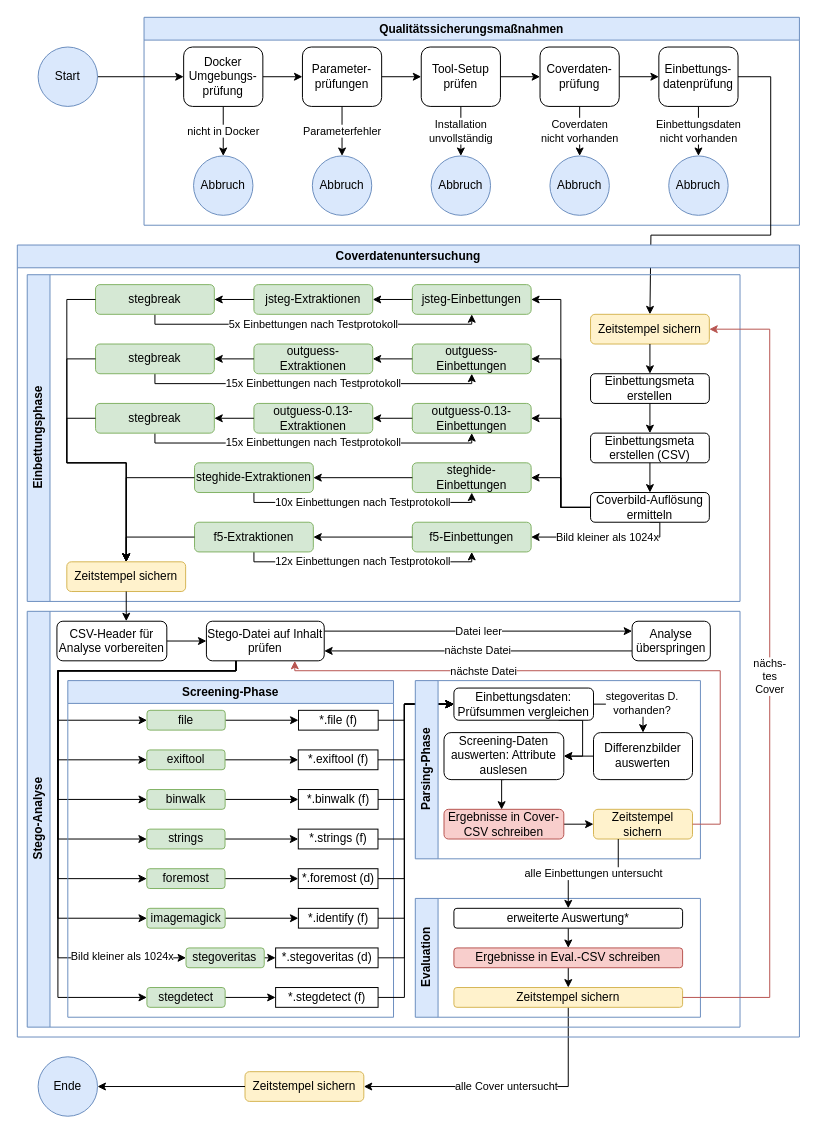
This is SMKITS5/docs/materials/flowchart.drawio from bh-8/amsl-it-security-projects, a draw.io file, before an edit. Source tidied: cells renumbered, new cells numbered last; positions are measured from the earlier drawing's top-left corner, leaving out a move shared by most shapes. Both pictures are drawn from the tidied source at 99%, with x=0, y=0 at pixel (17, 17).
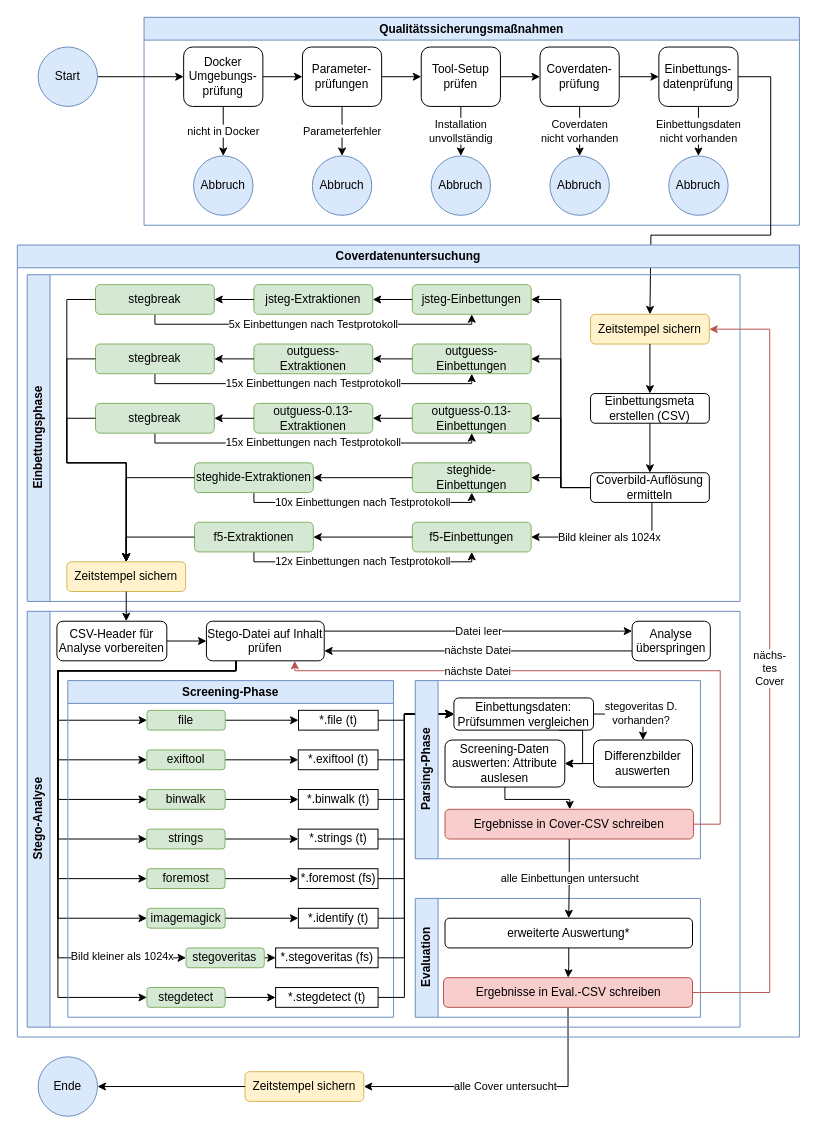
Above is the later version.

Unchanged cells that the change refers to:
```xml
<mxCell id="25" value="Zeitstempel sichern" style="rounded=1;whiteSpace=wrap;html=1;labelBackgroundColor=none;fillColor=#fff2cc;strokeColor=#d6b656;" parent="1" vertex="1">
  <mxGeometry x="230" y="1065" width="120" height="30" as="geometry" />
</mxCell>
<mxCell id="29" value="Coverdatenuntersuchung" style="swimlane;whiteSpace=wrap;html=1;fillColor=#dae8fc;strokeColor=#6c8ebf;" parent="1" vertex="1">
  <mxGeometry y="230" width="790" height="800" as="geometry" />
</mxCell>
<mxCell id="30" value="Stego-Analyse" style="swimlane;horizontal=0;whiteSpace=wrap;html=1;labelBackgroundColor=none;startSize=23;fillColor=#dae8fc;strokeColor=#6c8ebf;" parent="29" vertex="1">
  <mxGeometry x="10" y="370" width="720" height="420" as="geometry" />
</mxCell>
<mxCell id="43" value="Stego-Datei auf Inhalt prüfen" style="rounded=1;whiteSpace=wrap;html=1;labelBackgroundColor=none;" parent="30" vertex="1">
  <mxGeometry x="181" y="10" width="119" height="40" as="geometry" />
</mxCell>
<mxCell id="46" value="Screening-Phase" style="swimlane;whiteSpace=wrap;html=1;labelBackgroundColor=none;fillColor=#dae8fc;strokeColor=#6c8ebf;" parent="30" vertex="1">
  <mxGeometry x="41" y="70" width="329" height="340" as="geometry" />
</mxCell>
<mxCell id="79" value="&lt;div&gt;Parsing-Phase&lt;/div&gt;" style="swimlane;horizontal=0;whiteSpace=wrap;html=1;labelBackgroundColor=none;fillColor=#dae8fc;strokeColor=#6c8ebf;" parent="30" vertex="1">
  <mxGeometry x="392" y="70" width="288" height="180" as="geometry" />
</mxCell>
<mxCell id="93" value="Evaluation" style="swimlane;horizontal=0;whiteSpace=wrap;html=1;labelBackgroundColor=none;startSize=23;fillColor=#dae8fc;strokeColor=#6c8ebf;" parent="30" vertex="1">
  <mxGeometry x="392" y="290" width="288" height="120" as="geometry" />
</mxCell>
<mxCell id="100" value="Einbettungsphase" style="swimlane;horizontal=0;whiteSpace=wrap;html=1;fillColor=#dae8fc;strokeColor=#6c8ebf;" parent="29" vertex="1">
  <mxGeometry x="10" y="30" width="720" height="330" as="geometry" />
</mxCell>
<mxCell id="105" value="f5-Einbettungen" style="rounded=1;whiteSpace=wrap;html=1;labelBackgroundColor=none;fillColor=#d5e8d4;strokeColor=#82b366;" parent="100" vertex="1">
  <mxGeometry x="389" y="250" width="120" height="30" as="geometry" />
</mxCell>
<mxCell id="127" value="Zeitstempel sichern" style="rounded=1;whiteSpace=wrap;html=1;labelBackgroundColor=none;fillColor=#fff2cc;strokeColor=#d6b656;" parent="100" vertex="1">
  <mxGeometry x="569" y="40" width="120" height="30" as="geometry" />
</mxCell>
```

The edit, as a diff of the source:
```diff
@@
-    <mxCell id="26" value="alle Cover untersucht" style="edgeStyle=orthogonalEdgeStyle;rounded=0;jettySize=auto;html=1;exitX=0.5;exitY=1;exitDx=0;exitDy=0;entryX=1;entryY=0.5;entryDx=0;entryDy=0;" parent="1" edge="1" source="98" target="25">
-      <mxGeometry relative="1" as="geometry" />
+    <mxCell id="26" value="alle Cover untersucht" style="edgeStyle=orthogonalEdgeStyle;rounded=0;jettySize=auto;html=1;exitX=0.5;exitY=1;exitDx=0;exitDy=0;entryX=1;entryY=0.5;entryDx=0;entryDy=0;" parent="1" edge="1" source="97" target="25">
+      <mxGeometry relative="1" as="geometry">
+        <Array as="points">
+          <mxPoint x="556" y="1080" />
+        </Array>
+      </mxGeometry>
     </mxCell>
@@
-    <mxCell id="63" value="*.file (f)" style="rounded=0;whiteSpace=wrap;html=1;labelBackgroundColor=none;" parent="46" vertex="1">
+    <mxCell id="63" value="*.file (t)" style="rounded=0;whiteSpace=wrap;html=1;labelBackgroundColor=none;" parent="46" vertex="1">
       <mxGeometry x="233" y="30" width="80.5" height="20" as="geometry" />
     </mxCell>
-    <mxCell id="64" value="*.exiftool (f)" style="rounded=0;whiteSpace=wrap;html=1;labelBackgroundColor=none;" parent="46" vertex="1">
+    <mxCell id="64" value="*.exiftool (t)" style="rounded=0;whiteSpace=wrap;html=1;labelBackgroundColor=none;" parent="46" vertex="1">
       <mxGeometry x="232.8" y="70" width="80.5" height="20" as="geometry" />
     </mxCell>
-    <mxCell id="65" value="*.binwalk (f)" style="rounded=0;whiteSpace=wrap;html=1;labelBackgroundColor=none;" parent="46" vertex="1">
+    <mxCell id="65" value="*.binwalk (t)" style="rounded=0;whiteSpace=wrap;html=1;labelBackgroundColor=none;" parent="46" vertex="1">
       <mxGeometry x="232.9" y="110" width="80.5" height="20" as="geometry" />
     </mxCell>
-    <mxCell id="66" value="*.strings (f)" style="rounded=0;whiteSpace=wrap;html=1;labelBackgroundColor=none;" parent="46" vertex="1">
+    <mxCell id="66" value="*.strings (t)" style="rounded=0;whiteSpace=wrap;html=1;labelBackgroundColor=none;" parent="46" vertex="1">
       <mxGeometry x="232.8" y="150" width="80.5" height="20" as="geometry" />
     </mxCell>
-    <mxCell id="67" value="*.foremost (d)" style="rounded=0;whiteSpace=wrap;html=1;labelBackgroundColor=none;" parent="46" vertex="1">
+    <mxCell id="67" value="*.foremost (fs)" style="rounded=0;whiteSpace=wrap;html=1;labelBackgroundColor=none;" parent="46" vertex="1">
       <mxGeometry x="232.8" y="190" width="80.5" height="20" as="geometry" />
     </mxCell>
-    <mxCell id="68" value="*.identify (f)" style="rounded=0;whiteSpace=wrap;html=1;labelBackgroundColor=none;" parent="46" vertex="1">
+    <mxCell id="68" value="*.identify (t)" style="rounded=0;whiteSpace=wrap;html=1;labelBackgroundColor=none;" parent="46" vertex="1">
       <mxGeometry x="232.9" y="230" width="80.5" height="20" as="geometry" />
     </mxCell>
-    <mxCell id="69" value="*.stegoveritas (d)" style="rounded=0;whiteSpace=wrap;html=1;labelBackgroundColor=none;" parent="46" vertex="1">
+    <mxCell id="69" value="*.stegoveritas (fs)" style="rounded=0;whiteSpace=wrap;html=1;labelBackgroundColor=none;" parent="46" vertex="1">
       <mxGeometry x="209.9" y="270" width="103.5" height="20" as="geometry" />
     </mxCell>
-    <mxCell id="70" value="*.stegdetect (f)" style="rounded=0;whiteSpace=wrap;html=1;labelBackgroundColor=none;" parent="46" vertex="1">
+    <mxCell id="70" value="*.stegdetect (t)" style="rounded=0;whiteSpace=wrap;html=1;labelBackgroundColor=none;" parent="46" vertex="1">
       <mxGeometry x="209.9" y="310" width="103.5" height="20" as="geometry" />
     </mxCell>
     <mxCell id="71" style="edgeStyle=orthogonalEdgeStyle;rounded=0;jettySize=auto;html=1;exitX=1;exitY=0.5;exitDx=0;exitDy=0;entryX=0;entryY=0.5;entryDx=0;entryDy=0;" parent="30" edge="1" source="63" target="83">
       <mxGeometry relative="1" as="geometry">
         <Array as="points">
           <mxPoint x="381" y="110" />
-          <mxPoint x="381" y="93" />
+          <mxPoint x="381" y="104" />
         </Array>
       </mxGeometry>
     </mxCell>
     <mxCell id="72" style="edgeStyle=orthogonalEdgeStyle;rounded=0;jettySize=auto;html=1;exitX=1;exitY=0.5;exitDx=0;exitDy=0;entryX=0;entryY=0.5;entryDx=0;entryDy=0;" parent="30" edge="1" source="64" target="83">
       <mxGeometry relative="1" as="geometry">
         <Array as="points">
           <mxPoint x="381" y="150" />
-          <mxPoint x="381" y="94" />
+          <mxPoint x="381" y="104" />
         </Array>
       </mxGeometry>
     </mxCell>
     <mxCell id="73" style="edgeStyle=orthogonalEdgeStyle;rounded=0;jettySize=auto;html=1;exitX=1;exitY=0.5;exitDx=0;exitDy=0;entryX=0;entryY=0.5;entryDx=0;entryDy=0;" parent="30" edge="1" source="65" target="83">
       <mxGeometry relative="1" as="geometry">
         <Array as="points">
           <mxPoint x="381" y="190" />
-          <mxPoint x="381" y="94" />
+          <mxPoint x="381" y="104" />
         </Array>
       </mxGeometry>
     </mxCell>
     <mxCell id="74" style="edgeStyle=orthogonalEdgeStyle;rounded=0;jettySize=auto;html=1;exitX=1;exitY=0.5;exitDx=0;exitDy=0;entryX=0;entryY=0.5;entryDx=0;entryDy=0;" parent="30" edge="1" source="66" target="83">
       <mxGeometry relative="1" as="geometry">
         <Array as="points">
           <mxPoint x="381" y="230" />
-          <mxPoint x="381" y="94" />
+          <mxPoint x="381" y="104" />
         </Array>
       </mxGeometry>
     </mxCell>
     <mxCell id="75" style="edgeStyle=orthogonalEdgeStyle;rounded=0;jettySize=auto;html=1;exitX=1;exitY=0.5;exitDx=0;exitDy=0;entryX=0;entryY=0.5;entryDx=0;entryDy=0;" parent="30" edge="1" source="67" target="83">
       <mxGeometry relative="1" as="geometry">
         <Array as="points">
           <mxPoint x="381" y="270" />
-          <mxPoint x="381" y="94" />
+          <mxPoint x="381" y="104" />
         </Array>
       </mxGeometry>
     </mxCell>
     <mxCell id="76" style="edgeStyle=orthogonalEdgeStyle;rounded=0;jettySize=auto;html=1;exitX=1;exitY=0.5;exitDx=0;exitDy=0;entryX=0;entryY=0.5;entryDx=0;entryDy=0;" parent="30" edge="1" source="68" target="83">
       <mxGeometry relative="1" as="geometry">
         <Array as="points">
           <mxPoint x="381" y="310" />
-          <mxPoint x="381" y="94" />
+          <mxPoint x="381" y="104" />
         </Array>
       </mxGeometry>
     </mxCell>
     <mxCell id="77" style="edgeStyle=orthogonalEdgeStyle;rounded=0;jettySize=auto;html=1;exitX=1;exitY=0.5;exitDx=0;exitDy=0;entryX=0;entryY=0.5;entryDx=0;entryDy=0;" parent="30" edge="1" source="69" target="83">
       <mxGeometry relative="1" as="geometry">
         <Array as="points">
           <mxPoint x="381" y="350" />
-          <mxPoint x="381" y="94" />
+          <mxPoint x="381" y="104" />
         </Array>
       </mxGeometry>
     </mxCell>
     <mxCell id="78" style="edgeStyle=orthogonalEdgeStyle;rounded=0;jettySize=auto;html=1;exitX=1;exitY=0.5;exitDx=0;exitDy=0;entryX=0;entryY=0.5;entryDx=0;entryDy=0;" parent="30" edge="1" source="70" target="83">
       <mxGeometry relative="1" as="geometry">
         <Array as="points">
           <mxPoint x="381" y="390" />
-          <mxPoint x="381" y="94" />
+          <mxPoint x="381" y="104" />
         </Array>
       </mxGeometry>
     </mxCell>
@@
     <mxCell id="82" style="edgeStyle=orthogonalEdgeStyle;rounded=0;jettySize=auto;html=1;exitX=0.75;exitY=1;exitDx=0;exitDy=0;entryX=1;entryY=0.5;entryDx=0;entryDy=0;" parent="79" edge="1" source="83" target="87">
       <mxGeometry relative="1" as="geometry">
         <Array as="points">
-          <mxPoint x="169" y="40" />
-          <mxPoint x="169" y="76" />
+          <mxPoint x="169" y="50" />
+          <mxPoint x="169" y="84" />
         </Array>
       </mxGeometry>
     </mxCell>
     <mxCell id="83" value="&lt;div&gt;Einbettungsdaten:&lt;br&gt;&lt;/div&gt;&lt;div&gt;Prüfsummen vergleichen&lt;/div&gt;" style="rounded=1;whiteSpace=wrap;html=1;labelBackgroundColor=none;" parent="79" vertex="1">
-      <mxGeometry x="39" y="7.5" width="141" height="32.5" as="geometry" />
+      <mxGeometry x="39" y="17.5" width="141" height="32.5" as="geometry" />
     </mxCell>
     <mxCell id="84" style="edgeStyle=orthogonalEdgeStyle;rounded=0;jettySize=auto;html=1;exitX=0;exitY=0.5;exitDx=0;exitDy=0;entryX=1;entryY=0.5;entryDx=0;entryDy=0;" parent="79" edge="1" source="85" target="87">
       <mxGeometry relative="1" as="geometry">
         <Array as="points">
-          <mxPoint x="180" y="76" />
+          <mxPoint x="169" y="84" />
+          <mxPoint x="169" y="84" />
         </Array>
       </mxGeometry>
     </mxCell>
     <mxCell id="85" value="Differenzbilder auswerten" style="rounded=1;whiteSpace=wrap;html=1;labelBackgroundColor=none;" parent="79" vertex="1">
-      <mxGeometry x="180" y="52.5" width="100" height="47.5" as="geometry" />
+      <mxGeometry x="180" y="60" width="100" height="47.5" as="geometry" />
     </mxCell>
-    <mxCell id="86" style="edgeStyle=orthogonalEdgeStyle;rounded=0;jettySize=auto;html=1;exitX=0.5;exitY=1;exitDx=0;exitDy=0;entryX=0.481;entryY=0.01;entryDx=0;entryDy=0;entryPerimeter=0;" parent="79" edge="1" source="87" target="89">
-      <mxGeometry relative="1" as="geometry" />
+    <mxCell id="86" style="edgeStyle=orthogonalEdgeStyle;rounded=0;jettySize=auto;html=1;exitX=0.5;exitY=1;exitDx=0;exitDy=0;" parent="79" edge="1" source="87" target="89">
+      <mxGeometry relative="1" as="geometry">
+        <Array as="points">
+          <mxPoint x="91" y="120" />
+          <mxPoint x="156" y="120" />
+        </Array>
+      </mxGeometry>
     </mxCell>
     <mxCell id="87" value="Screening-Daten auswerten: Attribute auslesen" style="rounded=1;whiteSpace=wrap;html=1;labelBackgroundColor=none;" parent="79" vertex="1">
-      <mxGeometry x="29" y="52.5" width="121" height="47.5" as="geometry" />
+      <mxGeometry x="30" y="60" width="121" height="47.5" as="geometry" />
     </mxCell>
-    <mxCell id="88" style="edgeStyle=orthogonalEdgeStyle;rounded=0;jettySize=auto;html=1;exitX=1;exitY=0.5;exitDx=0;exitDy=0;entryX=0;entryY=0.5;entryDx=0;entryDy=0;" parent="79" edge="1" source="89" target="90">
-      <mxGeometry relative="1" as="geometry" />
-    </mxCell>
     <mxCell id="89" value="Ergebnisse in Cover-CSV schreiben" style="rounded=1;whiteSpace=wrap;html=1;labelBackgroundColor=none;fillColor=#f8cecc;strokeColor=#b85450;" parent="79" vertex="1">
-      <mxGeometry x="29" y="130" width="121" height="30" as="geometry" />
+      <mxGeometry x="30" y="130" width="251" height="30" as="geometry" />
     </mxCell>
-    <mxCell id="90" value="Zeitstempel sichern" style="rounded=1;whiteSpace=wrap;html=1;labelBackgroundColor=none;fillColor=#fff2cc;strokeColor=#d6b656;" parent="79" vertex="1">
-      <mxGeometry x="180" y="130" width="100" height="30" as="geometry" />
-    </mxCell>
-    <mxCell id="91" style="edgeStyle=orthogonalEdgeStyle;rounded=0;jettySize=auto;html=1;entryX=0.75;entryY=1;entryDx=0;entryDy=0;exitX=1;exitY=0.5;exitDx=0;exitDy=0;fillColor=#f8cecc;strokeColor=#b85450;" parent="30" edge="1" source="90" target="43">
+    <mxCell id="91" style="edgeStyle=orthogonalEdgeStyle;rounded=0;jettySize=auto;html=1;entryX=0.75;entryY=1;entryDx=0;entryDy=0;exitX=1;exitY=0.5;exitDx=0;exitDy=0;fillColor=#f8cecc;strokeColor=#b85450;" parent="30" edge="1" source="89" target="43">
       <mxGeometry relative="1" as="geometry">
         <Array as="points">
           <mxPoint x="700" y="215" />
           <mxPoint x="700" y="60" />
           <mxPoint x="270" y="60" />
         </Array>
       </mxGeometry>
     </mxCell>
     <mxCell id="92" value="nächste Datei" style="edgeLabel;html=1;align=center;verticalAlign=middle;" parent="91" vertex="1">
       <mxGeometry x="0.39" relative="1" as="geometry">
-        <mxPoint x="10" as="offset" />
+        <mxPoint x="4" as="offset" />
       </mxGeometry>
     </mxCell>
@@
-    <mxCell id="94" style="edgeStyle=orthogonalEdgeStyle;rounded=0;jettySize=auto;html=1;exitX=0.5;exitY=1;exitDx=0;exitDy=0;entryX=0.5;entryY=0;entryDx=0;entryDy=0;" parent="93" edge="1" source="95" target="97">
+    <mxCell id="94" style="edgeStyle=orthogonalEdgeStyle;rounded=0;jettySize=auto;html=1;exitX=0.5;exitY=1;exitDx=0;exitDy=0;" parent="93" edge="1" source="95" target="97">
       <mxGeometry relative="1" as="geometry" />
     </mxCell>
     <mxCell id="95" value="erweiterte Auswertung*" style="rounded=1;whiteSpace=wrap;html=1;labelBackgroundColor=none;" parent="93" vertex="1">
-      <mxGeometry x="39" y="10" width="231" height="20" as="geometry" />
+      <mxGeometry x="30" y="20" width="250" height="30" as="geometry" />
     </mxCell>
-    <mxCell id="96" style="edgeStyle=orthogonalEdgeStyle;rounded=0;jettySize=auto;html=1;exitX=0.5;exitY=1;exitDx=0;exitDy=0;entryX=0.5;entryY=0;entryDx=0;entryDy=0;" parent="93" edge="1" source="97" target="98">
-      <mxGeometry relative="1" as="geometry" />
+    <mxCell id="96" style="edgeStyle=orthogonalEdgeStyle;rounded=0;jettySize=auto;html=1;exitX=0.5;exitY=1;exitDx=0;exitDy=0;entryX=0.5;entryY=0;entryDx=0;entryDy=0;" parent="93" edge="1" source="97">
+      <mxGeometry relative="1" as="geometry">
+        <mxPoint x="154.5" y="90" as="targetPoint" />
+      </mxGeometry>
     </mxCell>
     <mxCell id="97" value="Ergebnisse in Eval.-CSV schreiben" style="rounded=1;whiteSpace=wrap;html=1;labelBackgroundColor=none;fillColor=#f8cecc;strokeColor=#b85450;" parent="93" vertex="1">
-      <mxGeometry x="39" y="50" width="231" height="20" as="geometry" />
+      <mxGeometry x="28.5" y="80" width="251.5" height="30" as="geometry" />
     </mxCell>
-    <mxCell id="98" value="Zeitstempel sichern" style="rounded=1;whiteSpace=wrap;html=1;labelBackgroundColor=none;fillColor=#fff2cc;strokeColor=#d6b656;" parent="93" vertex="1">
-      <mxGeometry x="39" y="90" width="231" height="20" as="geometry" />
-    </mxCell>
-    <mxCell id="99" value="alle Einbettungen untersucht" style="edgeStyle=orthogonalEdgeStyle;rounded=0;jettySize=auto;html=1;exitX=0.25;exitY=1;exitDx=0;exitDy=0;entryX=0.5;entryY=0;entryDx=0;entryDy=0;" parent="30" edge="1" source="90" target="95">
+    <mxCell id="99" value="alle Einbettungen untersucht" style="edgeStyle=orthogonalEdgeStyle;rounded=0;jettySize=auto;html=1;entryX=0.5;entryY=0;entryDx=0;entryDy=0;exitX=0.5;exitY=1;exitDx=0;exitDy=0;" parent="30" edge="1" source="89" target="95">
       <mxGeometry relative="1" as="geometry" />
     </mxCell>
@@
-    <mxCell id="128" value="Einbettungsmeta erstellen" style="rounded=1;whiteSpace=wrap;html=1;labelBackgroundColor=none;" parent="100" vertex="1">
-      <mxGeometry x="569" y="100" width="120" height="30" as="geometry" />
-    </mxCell>
-    <mxCell id="129" style="edgeStyle=orthogonalEdgeStyle;rounded=0;jettySize=auto;html=1;exitX=0.5;exitY=1;exitDx=0;exitDy=0;entryX=0.5;entryY=0;entryDx=0;entryDy=0;" parent="100" edge="1" source="127" target="128">
+    <mxCell id="129" style="edgeStyle=orthogonalEdgeStyle;rounded=0;jettySize=auto;html=1;exitX=0.5;exitY=1;exitDx=0;exitDy=0;entryX=0.5;entryY=0;entryDx=0;entryDy=0;" parent="100" edge="1" source="127" target="130">
       <mxGeometry relative="1" as="geometry" />
     </mxCell>
     <mxCell id="130" value="Einbettungsmeta erstellen (CSV)" style="rounded=1;whiteSpace=wrap;html=1;labelBackgroundColor=none;" parent="100" vertex="1">
-      <mxGeometry x="569" y="160" width="120" height="30" as="geometry" />
+      <mxGeometry x="569" y="120" width="120" height="30" as="geometry" />
     </mxCell>
-    <mxCell id="131" style="edgeStyle=orthogonalEdgeStyle;rounded=0;jettySize=auto;html=1;exitX=0.5;exitY=1;exitDx=0;exitDy=0;entryX=0.5;entryY=0;entryDx=0;entryDy=0;" parent="100" edge="1" source="128" target="130">
-      <mxGeometry relative="1" as="geometry" />
-    </mxCell>
@@
     <mxCell id="136" value="Bild kleiner als 1024x" style="edgeStyle=orthogonalEdgeStyle;rounded=0;jettySize=auto;html=1;exitX=0.5;exitY=1;exitDx=0;exitDy=0;entryX=1;entryY=0.5;entryDx=0;entryDy=0;" parent="100" edge="1" source="137" target="105">
       <mxGeometry relative="1" as="geometry">
         <Array as="points">
-          <mxPoint x="639" y="265" />
+          <mxPoint x="631" y="230" />
+          <mxPoint x="631" y="265" />
         </Array>
       </mxGeometry>
     </mxCell>
     <mxCell id="137" value="Coverbild-Auflösung ermitteln" style="rounded=1;whiteSpace=wrap;html=1;labelBackgroundColor=none;" parent="100" vertex="1">
-      <mxGeometry x="569" y="220" width="120" height="30" as="geometry" />
+      <mxGeometry x="569" y="200" width="120" height="30" as="geometry" />
     </mxCell>
@@
-    <mxCell id="145" value="&lt;div&gt;nächs-&lt;/div&gt;&lt;div&gt;tes&lt;/div&gt;&lt;div&gt;Cover&lt;br&gt;&lt;/div&gt;" style="edgeStyle=orthogonalEdgeStyle;rounded=0;jettySize=auto;html=1;exitX=1;exitY=0.5;exitDx=0;exitDy=0;entryX=1;entryY=0.5;entryDx=0;entryDy=0;fillColor=#f8cecc;strokeColor=#b85450;" parent="29" edge="1" source="98" target="127">
+    <mxCell id="145" value="&lt;div&gt;nächs-&lt;/div&gt;&lt;div&gt;tes&lt;/div&gt;&lt;div&gt;Cover&lt;br&gt;&lt;/div&gt;" style="edgeStyle=orthogonalEdgeStyle;rounded=0;jettySize=auto;html=1;exitX=1;exitY=0.5;exitDx=0;exitDy=0;entryX=1;entryY=0.5;entryDx=0;entryDy=0;fillColor=#f8cecc;strokeColor=#b85450;" parent="29" edge="1" source="97" target="127">
       <mxGeometry relative="1" as="geometry">
         <Array as="points">
-          <mxPoint x="760" y="760" />
+          <mxPoint x="760" y="755" />
           <mxPoint x="760" y="85" />
         </Array>
       </mxGeometry>
     </mxCell>
```
